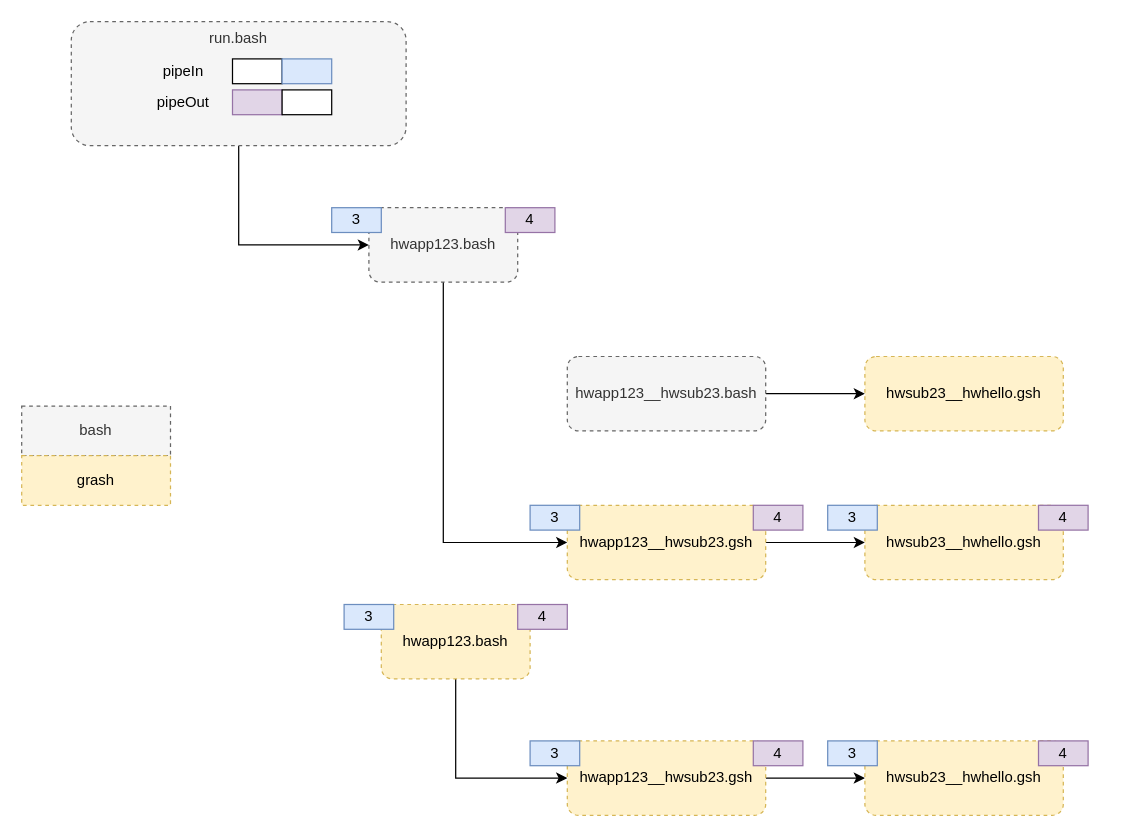
Earlier version of the draw.io diagram page "pipes" (5 of 5) of phase4/connections.drawio (guitarvydas/diagrams-as-syntax). Source tidied: cells renumbered, new cells numbered last; positions are measured from the earlier drawing's top-left corner, leaving out a move shared by most shapes. Both pictures are drawn from the tidied source at 124%, with x=0, y=0 at pixel (21, 21).
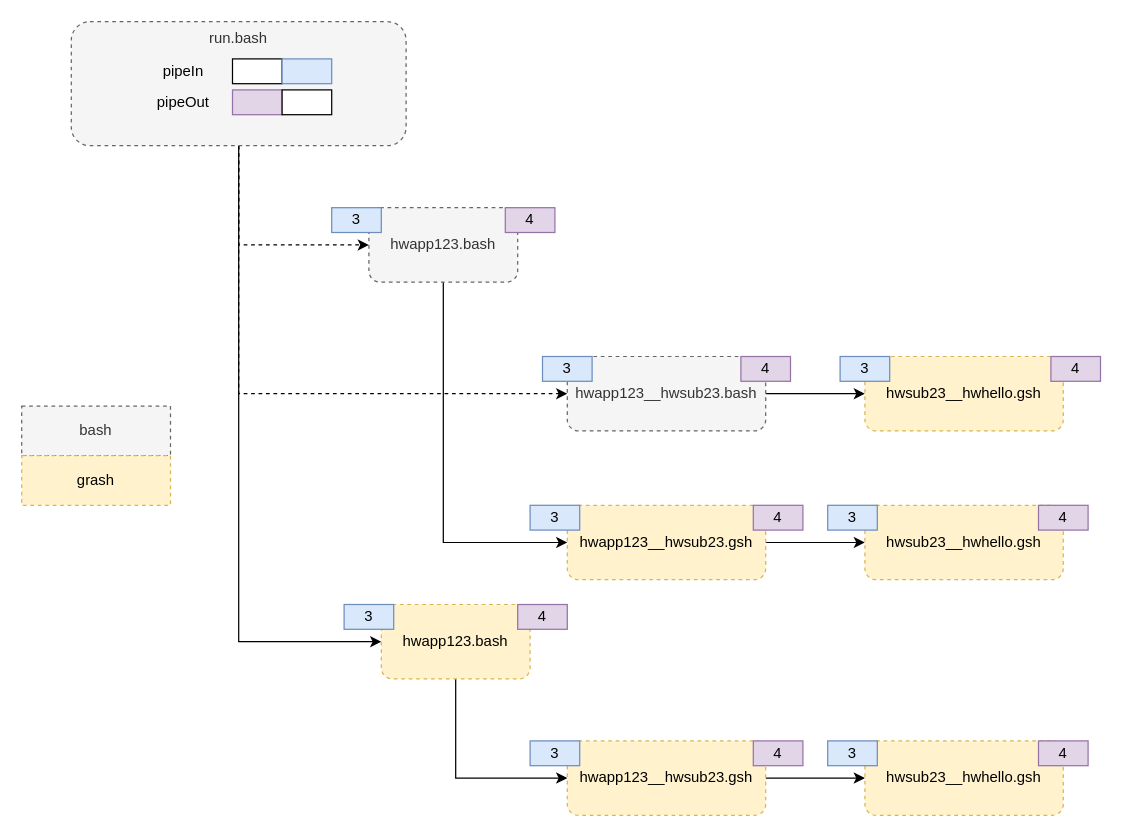
After the change.

Unchanged cells that the change refers to:
```xml
<mxCell id="3" value="run.bash" style="rounded=1;whiteSpace=wrap;html=1;dashed=1;fillColor=#f5f5f5;strokeColor=#666666;fontColor=#333333;verticalAlign=top;" parent="1" vertex="1">
  <mxGeometry x="40" width="270" height="100" as="geometry" />
</mxCell>
<mxCell id="5" value="hwapp123.bash" style="rounded=1;whiteSpace=wrap;html=1;dashed=1;fillColor=#f5f5f5;strokeColor=#666666;fontColor=#333333;" parent="1" vertex="1">
  <mxGeometry x="280" y="150" width="120" height="60" as="geometry" />
</mxCell>
<mxCell id="7" value="hwapp123__hwsub23.bash" style="rounded=1;whiteSpace=wrap;html=1;dashed=1;fillColor=#f5f5f5;strokeColor=#666666;fontColor=#333333;" parent="1" vertex="1">
  <mxGeometry x="440" y="270" width="160" height="60" as="geometry" />
</mxCell>
<mxCell id="13" value="hwapp123.bash" style="rounded=1;whiteSpace=wrap;html=1;dashed=1;fillColor=#fff2cc;strokeColor=#d6b656;" parent="1" vertex="1">
  <mxGeometry x="290" y="470" width="120" height="60" as="geometry" />
</mxCell>
```

The edit, as a diff of the source:
```diff
@@
-    <mxCell id="2" style="edgeStyle=orthogonalEdgeStyle;rounded=0;jettySize=auto;html=1;exitX=0.5;exitY=1;exitDx=0;exitDy=0;entryX=0;entryY=0.5;entryDx=0;entryDy=0;" parent="1" edge="1" source="3" target="5">
+    <mxCell id="2" style="edgeStyle=orthogonalEdgeStyle;rounded=0;jettySize=auto;html=1;exitX=0.5;exitY=1;exitDx=0;exitDy=0;entryX=0;entryY=0.5;entryDx=0;entryDy=0;" parent="1" edge="1" source="3" target="13">
       <mxGeometry relative="1" as="geometry" />
     </mxCell>
+    <mxCell id="37" style="edgeStyle=orthogonalEdgeStyle;rounded=0;jettySize=auto;html=1;entryX=0;entryY=0.5;entryDx=0;entryDy=0;dashed=1;" parent="1" edge="1" source="3" target="5">
+      <mxGeometry relative="1" as="geometry" />
+    </mxCell>
+    <mxCell id="38" style="edgeStyle=orthogonalEdgeStyle;rounded=0;jettySize=auto;html=1;entryX=0;entryY=0.5;entryDx=0;entryDy=0;dashed=1;exitX=0.5;exitY=1;exitDx=0;exitDy=0;" parent="1" edge="1" source="3" target="7">
+      <mxGeometry relative="1" as="geometry" />
+    </mxCell>
@@
+    <mxCell id="39" value="3" style="rounded=0;whiteSpace=wrap;html=1;fillColor=#dae8fc;strokeColor=#6c8ebf;" parent="1" vertex="1">
+      <mxGeometry x="420" y="270" width="40" height="20" as="geometry" />
+    </mxCell>
+    <mxCell id="40" value="3" style="rounded=0;whiteSpace=wrap;html=1;fillColor=#dae8fc;strokeColor=#6c8ebf;" parent="1" vertex="1">
+      <mxGeometry x="660" y="270" width="40" height="20" as="geometry" />
+    </mxCell>
+    <mxCell id="41" value="4" style="rounded=0;whiteSpace=wrap;html=1;fillColor=#e1d5e7;strokeColor=#9673a6;" parent="1" vertex="1">
+      <mxGeometry x="580" y="270" width="40" height="20" as="geometry" />
+    </mxCell>
+    <mxCell id="42" value="4" style="rounded=0;whiteSpace=wrap;html=1;fillColor=#e1d5e7;strokeColor=#9673a6;" parent="1" vertex="1">
+      <mxGeometry x="830" y="270" width="40" height="20" as="geometry" />
+    </mxCell>
```
